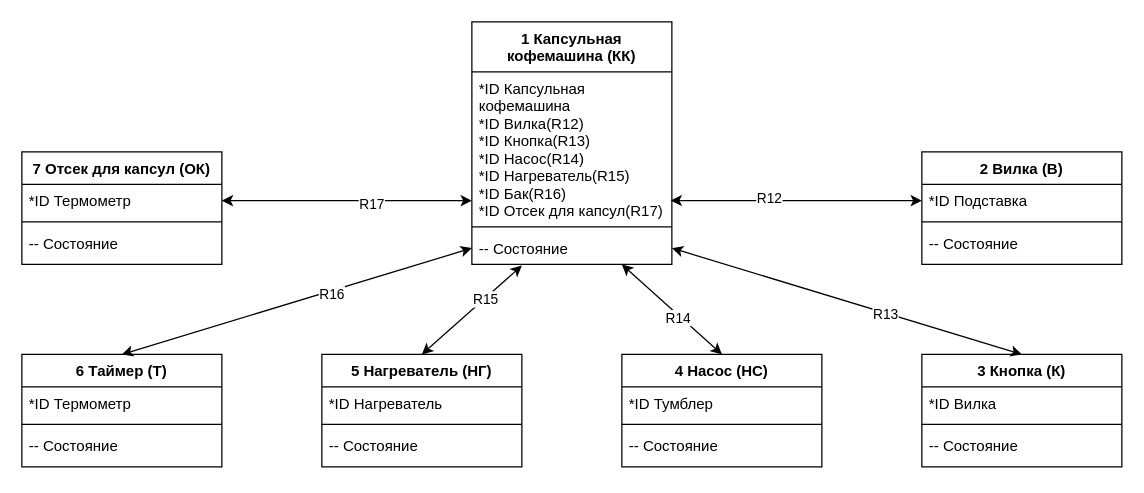
This is page "ИНФ_МОДЕЛЬ" (1 of 6) of OOP/5/5.drawio from A-Alaxov/4_sem, a draw.io file, before an edit. Source tidied: cells renumbered, new cells numbered last; positions are measured from the earlier drawing's top-left corner, leaving out a move shared by most shapes. Both pictures are drawn from the tidied source at 125%, with x=0, y=0 at pixel (21, 21).
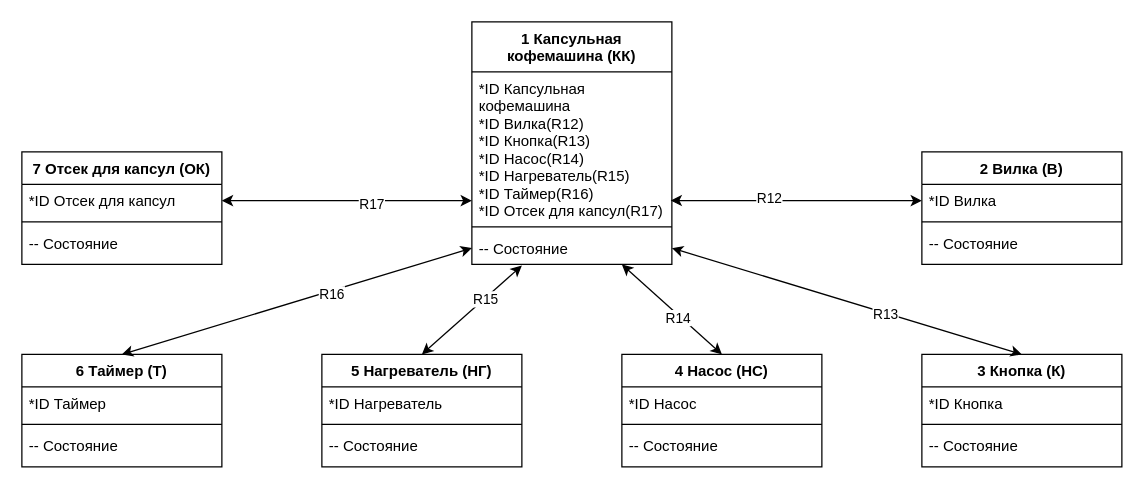
The same page after the edit.

Unchanged cells that the change refers to:
```xml
<mxCell id="2" value="1 Капсульная&#10;кофемашина (КК)" style="swimlane;fontStyle=1;align=center;verticalAlign=top;horizontal=1;startSize=40;" parent="1" vertex="1">
  <mxGeometry x="360" width="160" height="194" as="geometry" />
</mxCell>
<mxCell id="6" value="3 Кнопка (К)" style="swimlane;fontStyle=1;align=center;verticalAlign=top;horizontal=1;startSize=26;" parent="1" vertex="1">
  <mxGeometry x="720" y="266" width="160" height="90" as="geometry" />
</mxCell>
<mxCell id="12" value="4 Насос (НС)" style="swimlane;fontStyle=1;align=center;verticalAlign=top;horizontal=1;startSize=26;" parent="1" vertex="1">
  <mxGeometry x="480" y="266" width="160" height="90" as="geometry" />
</mxCell>
<mxCell id="22" value="6 Таймер (Т)" style="swimlane;fontStyle=1;align=center;verticalAlign=top;horizontal=1;startSize=26;" parent="1" vertex="1">
  <mxGeometry y="266" width="160" height="90" as="geometry" />
</mxCell>
<mxCell id="30" value="2 Вилка (В)" style="swimlane;fontStyle=1;align=center;verticalAlign=top;horizontal=1;startSize=26;" parent="1" vertex="1">
  <mxGeometry x="720" y="104" width="160" height="90" as="geometry" />
</mxCell>
<mxCell id="36" value="7 Отсек для капсул (ОК)" style="swimlane;fontStyle=1;align=center;verticalAlign=top;horizontal=1;startSize=26;" parent="1" vertex="1">
  <mxGeometry y="104" width="160" height="90" as="geometry" />
</mxCell>
```

The edit, as a diff of the source:
```diff
@@
-    <mxCell id="3" value="*ID Капсульная&#10;кофемашина&#10;*ID Вилка(R12)&#10;*ID Кнопка(R13)&#10;*ID Насос(R14)&#10;*ID Нагреватель(R15)&#10;*ID Бак(R16)&#10;*ID Отсек для капсул(R17)" style="text;strokeColor=none;fillColor=none;align=left;verticalAlign=top;spacingLeft=4;spacingRight=4;overflow=hidden;points=[[0,0.5],[1,0.5]];portConstraint=eastwest;" parent="2" vertex="1">
+    <mxCell id="3" value="*ID Капсульная&#10;кофемашина&#10;*ID Вилка(R12)&#10;*ID Кнопка(R13)&#10;*ID Насос(R14)&#10;*ID Нагреватель(R15)&#10;*ID Таймер(R16)&#10;*ID Отсек для капсул(R17)" style="text;strokeColor=none;fillColor=none;align=left;verticalAlign=top;spacingLeft=4;spacingRight=4;overflow=hidden;points=[[0,0.5],[1,0.5]];portConstraint=eastwest;" parent="2" vertex="1">
       <mxGeometry y="40" width="160" height="120" as="geometry" />
     </mxCell>
@@
-    <mxCell id="7" value="*ID Вилка" style="text;strokeColor=none;fillColor=none;align=left;verticalAlign=top;spacingLeft=4;spacingRight=4;overflow=hidden;" parent="6" vertex="1">
+    <mxCell id="7" value="*ID Кнопка" style="text;strokeColor=none;fillColor=none;align=left;verticalAlign=top;spacingLeft=4;spacingRight=4;overflow=hidden;" parent="6" vertex="1">
       <mxGeometry y="26" width="160" height="26" as="geometry" />
     </mxCell>
@@
-    <mxCell id="13" value="*ID Тумблер" style="text;strokeColor=none;fillColor=none;align=left;verticalAlign=top;spacingLeft=4;spacingRight=4;overflow=hidden;" parent="12" vertex="1">
+    <mxCell id="13" value="*ID Насос" style="text;strokeColor=none;fillColor=none;align=left;verticalAlign=top;spacingLeft=4;spacingRight=4;overflow=hidden;" parent="12" vertex="1">
       <mxGeometry y="26" width="160" height="26" as="geometry" />
     </mxCell>
@@
-    <mxCell id="23" value="*ID Термометр" style="text;strokeColor=none;fillColor=none;align=left;verticalAlign=top;spacingLeft=4;spacingRight=4;overflow=hidden;" parent="22" vertex="1">
+    <mxCell id="23" value="*ID Таймер" style="text;strokeColor=none;fillColor=none;align=left;verticalAlign=top;spacingLeft=4;spacingRight=4;overflow=hidden;" parent="22" vertex="1">
       <mxGeometry y="26" width="160" height="26" as="geometry" />
     </mxCell>
@@
-    <mxCell id="31" value="*ID Подставка" style="text;strokeColor=none;fillColor=none;align=left;verticalAlign=top;spacingLeft=4;spacingRight=4;overflow=hidden;points=[[0,0.5],[1,0.5]];portConstraint=eastwest;" parent="30" vertex="1">
+    <mxCell id="31" value="*ID Вилка" style="text;strokeColor=none;fillColor=none;align=left;verticalAlign=top;spacingLeft=4;spacingRight=4;overflow=hidden;points=[[0,0.5],[1,0.5]];portConstraint=eastwest;" parent="30" vertex="1">
       <mxGeometry y="26" width="160" height="26" as="geometry" />
     </mxCell>
@@
-    <mxCell id="37" value="*ID Термометр" style="text;strokeColor=none;fillColor=none;align=left;verticalAlign=top;spacingLeft=4;spacingRight=4;overflow=hidden;points=[[0,0.5],[1,0.5]];portConstraint=eastwest;" parent="36" vertex="1">
+    <mxCell id="37" value="*ID Отсек для капсул" style="text;strokeColor=none;fillColor=none;align=left;verticalAlign=top;spacingLeft=4;spacingRight=4;overflow=hidden;points=[[0,0.5],[1,0.5]];portConstraint=eastwest;" parent="36" vertex="1">
       <mxGeometry y="26" width="160" height="26" as="geometry" />
     </mxCell>
```
